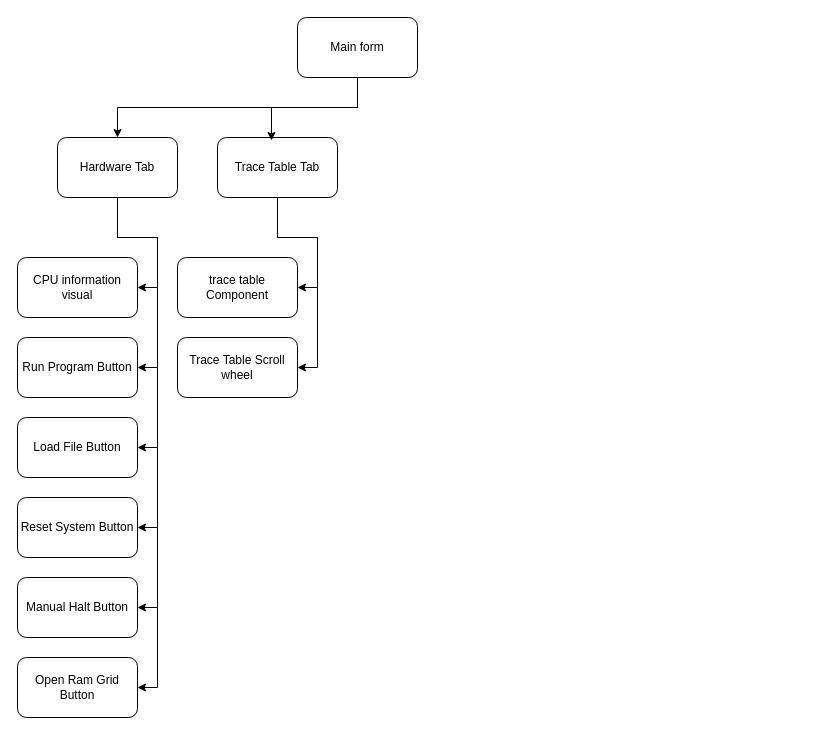
Before: hiarachy.drawio in yetAnotherEgirl/AQA-Assembly-emulator, a draw.io diagram. Source tidied: cells renumbered, new cells numbered last; positions are measured from the earlier drawing's top-left corner, leaving out a move shared by most shapes. Both pictures are drawn from the tidied source at 100%, with x=0, y=0 at pixel (17, 17).
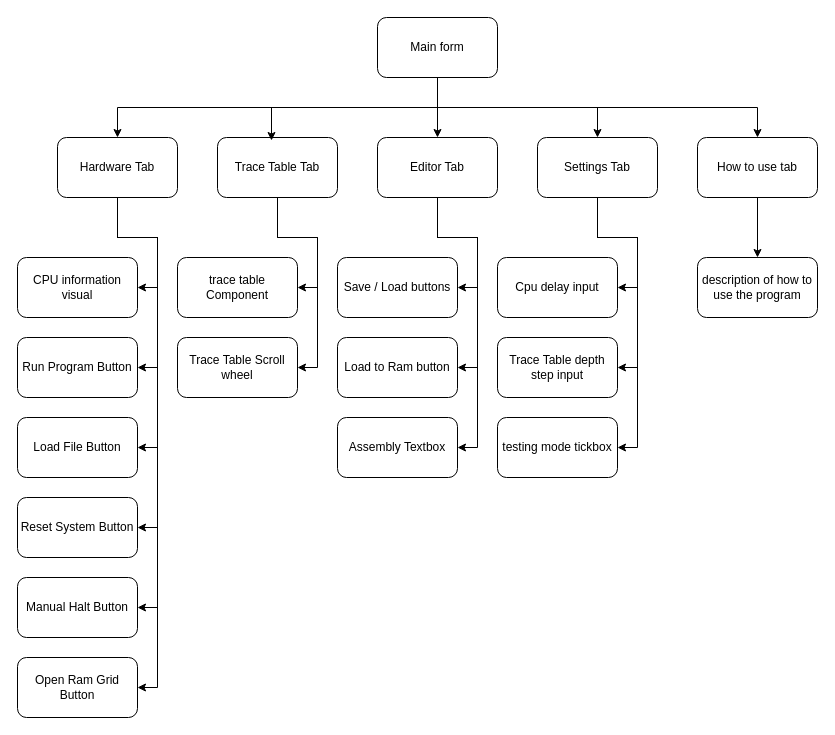
Above is the later version.

The change refers to these unchanged cells:
```xml
<mxCell id="19" value="Trace Table Tab" style="rounded=1;whiteSpace=wrap;html=1;" parent="1" vertex="1">
  <mxGeometry x="200" y="120" width="120" height="60" as="geometry" />
</mxCell>
```

Change to the diagram source:
```diff
@@
+    <mxCell id="23" style="edgeStyle=orthogonalEdgeStyle;rounded=0;jettySize=auto;html=1;entryX=0.5;entryY=0;entryDx=0;entryDy=0;" parent="1" edge="1" source="3" target="29">
+      <mxGeometry relative="1" as="geometry" />
+    </mxCell>
+    <mxCell id="24" style="edgeStyle=orthogonalEdgeStyle;rounded=0;jettySize=auto;html=1;entryX=0.5;entryY=0;entryDx=0;entryDy=0;" parent="1" edge="1" source="3" target="36">
+      <mxGeometry relative="1" as="geometry">
+        <Array as="points">
+          <mxPoint x="420" y="90" />
+          <mxPoint x="580" y="90" />
+        </Array>
+      </mxGeometry>
+    </mxCell>
+    <mxCell id="25" style="edgeStyle=orthogonalEdgeStyle;rounded=0;jettySize=auto;html=1;" parent="1" edge="1" source="3" target="41">
+      <mxGeometry relative="1" as="geometry">
+        <Array as="points">
+          <mxPoint x="420" y="90" />
+          <mxPoint x="740" y="90" />
+        </Array>
+      </mxGeometry>
+    </mxCell>
     <mxCell id="3" value="Main form" style="rounded=1;whiteSpace=wrap;html=1;" parent="1" vertex="1">
-      <mxGeometry x="280" width="120" height="60" as="geometry" />
+      <mxGeometry x="360" width="120" height="60" as="geometry" />
     </mxCell>
@@
     <mxCell id="22" style="edgeStyle=orthogonalEdgeStyle;rounded=0;jettySize=auto;html=1;entryX=0.45;entryY=0.05;entryDx=0;entryDy=0;entryPerimeter=0;" parent="1" edge="1" source="3" target="19">
-      <mxGeometry relative="1" as="geometry" />
+      <mxGeometry relative="1" as="geometry">
+        <Array as="points">
+          <mxPoint x="420" y="90" />
+          <mxPoint x="254" y="90" />
+        </Array>
+      </mxGeometry>
     </mxCell>
+    <mxCell id="26" style="edgeStyle=orthogonalEdgeStyle;rounded=0;jettySize=auto;html=1;entryX=1;entryY=0.5;entryDx=0;entryDy=0;" parent="1" edge="1" source="29" target="30">
+      <mxGeometry relative="1" as="geometry">
+        <Array as="points">
+          <mxPoint x="420" y="220" />
+          <mxPoint x="460" y="220" />
+          <mxPoint x="460" y="270" />
+        </Array>
+      </mxGeometry>
+    </mxCell>
+    <mxCell id="27" style="edgeStyle=orthogonalEdgeStyle;rounded=0;jettySize=auto;html=1;entryX=1;entryY=0.5;entryDx=0;entryDy=0;" parent="1" edge="1" source="29" target="31">
+      <mxGeometry relative="1" as="geometry">
+        <Array as="points">
+          <mxPoint x="420" y="220" />
+          <mxPoint x="460" y="220" />
+          <mxPoint x="460" y="350" />
+        </Array>
+      </mxGeometry>
+    </mxCell>
+    <mxCell id="28" style="edgeStyle=orthogonalEdgeStyle;rounded=0;jettySize=auto;html=1;entryX=1;entryY=0.5;entryDx=0;entryDy=0;" parent="1" edge="1" source="29" target="32">
+      <mxGeometry relative="1" as="geometry">
+        <Array as="points">
+          <mxPoint x="420" y="220" />
+          <mxPoint x="460" y="220" />
+          <mxPoint x="460" y="430" />
+        </Array>
+      </mxGeometry>
+    </mxCell>
+    <mxCell id="29" value="Editor Tab" style="rounded=1;whiteSpace=wrap;html=1;" parent="1" vertex="1">
+      <mxGeometry x="360" y="120" width="120" height="60" as="geometry" />
+    </mxCell>
+    <mxCell id="30" value="Save / Load buttons" style="rounded=1;whiteSpace=wrap;html=1;" parent="1" vertex="1">
+      <mxGeometry x="320" y="240" width="120" height="60" as="geometry" />
+    </mxCell>
+    <mxCell id="31" value="Load to Ram button" style="rounded=1;whiteSpace=wrap;html=1;" parent="1" vertex="1">
+      <mxGeometry x="320" y="320" width="120" height="60" as="geometry" />
+    </mxCell>
+    <mxCell id="32" value="Assembly Textbox" style="rounded=1;whiteSpace=wrap;html=1;" parent="1" vertex="1">
+      <mxGeometry x="320" y="400" width="120" height="60" as="geometry" />
+    </mxCell>
+    <mxCell id="33" style="edgeStyle=orthogonalEdgeStyle;rounded=0;jettySize=auto;html=1;entryX=1;entryY=0.5;entryDx=0;entryDy=0;" parent="1" edge="1" source="36">
+      <mxGeometry relative="1" as="geometry">
+        <mxPoint x="600" y="270" as="targetPoint" />
+        <Array as="points">
+          <mxPoint x="580" y="220" />
+          <mxPoint x="620" y="220" />
+          <mxPoint x="620" y="270" />
+        </Array>
+      </mxGeometry>
+    </mxCell>
+    <mxCell id="34" style="edgeStyle=orthogonalEdgeStyle;rounded=0;jettySize=auto;html=1;entryX=1;entryY=0.5;entryDx=0;entryDy=0;" parent="1" edge="1" source="36">
+      <mxGeometry relative="1" as="geometry">
+        <mxPoint x="600" y="350" as="targetPoint" />
+        <Array as="points">
+          <mxPoint x="580" y="220" />
+          <mxPoint x="620" y="220" />
+          <mxPoint x="620" y="350" />
+        </Array>
+      </mxGeometry>
+    </mxCell>
+    <mxCell id="35" style="edgeStyle=orthogonalEdgeStyle;rounded=0;jettySize=auto;html=1;entryX=1;entryY=0.5;entryDx=0;entryDy=0;" parent="1" edge="1" source="36">
+      <mxGeometry relative="1" as="geometry">
+        <mxPoint x="600" y="430" as="targetPoint" />
+        <Array as="points">
+          <mxPoint x="580" y="220" />
+          <mxPoint x="620" y="220" />
+          <mxPoint x="620" y="430" />
+        </Array>
+      </mxGeometry>
+    </mxCell>
+    <mxCell id="36" value="Settings Tab" style="rounded=1;whiteSpace=wrap;html=1;" parent="1" vertex="1">
+      <mxGeometry x="520" y="120" width="120" height="60" as="geometry" />
+    </mxCell>
+    <mxCell id="37" value="Cpu delay input" style="rounded=1;whiteSpace=wrap;html=1;" parent="1" vertex="1">
+      <mxGeometry x="480" y="240" width="120" height="60" as="geometry" />
+    </mxCell>
+    <mxCell id="38" value="Trace Table depth step input" style="rounded=1;whiteSpace=wrap;html=1;" parent="1" vertex="1">
+      <mxGeometry x="480" y="320" width="120" height="60" as="geometry" />
+    </mxCell>
+    <mxCell id="39" value="testing mode tickbox" style="rounded=1;whiteSpace=wrap;html=1;" parent="1" vertex="1">
+      <mxGeometry x="480" y="400" width="120" height="60" as="geometry" />
+    </mxCell>
+    <mxCell id="40" style="edgeStyle=orthogonalEdgeStyle;rounded=0;jettySize=auto;html=1;" parent="1" edge="1" source="41" target="42">
+      <mxGeometry relative="1" as="geometry" />
+    </mxCell>
+    <mxCell id="41" value="How to use tab" style="rounded=1;whiteSpace=wrap;html=1;" parent="1" vertex="1">
+      <mxGeometry x="680" y="120" width="120" height="60" as="geometry" />
+    </mxCell>
+    <mxCell id="42" value="description of how to use the program" style="rounded=1;whiteSpace=wrap;html=1;" parent="1" vertex="1">
+      <mxGeometry x="680" y="240" width="120" height="60" as="geometry" />
+    </mxCell>
```
